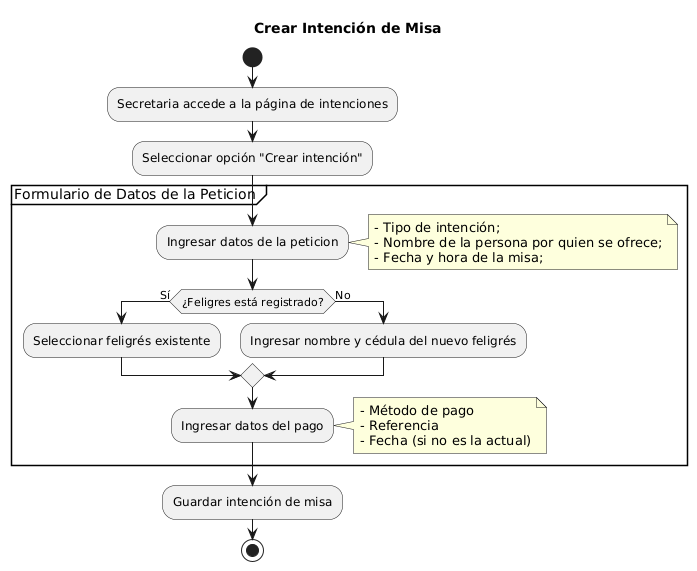
The PlantUML diagram Documentacion/proceso crear peticion.png in EGA-SUPREMO/Sistema-de-Gestion-Parroquial, before a commit. Its diagram source:
```plantuml
@startuml
title Crear Intención de Misa

start

:Secretaria accede a la página de intenciones;

:Seleccionar opción "Crear intención";

partition "Formulario de Datos de la Peticion " {
:Ingresar datos de la peticion;
note right
- Tipo de intención;
- Nombre de la persona por quien se ofrece;
- Fecha y hora de la misa;
end note

if (¿Feligres está registrado?) then (Sí)
    :Seleccionar feligrés existente;
else (No)
    :Ingresar nombre y cédula del nuevo feligrés;
endif

:Ingresar datos del pago;
note right
- Método de pago
- Referencia
- Fecha (si no es la actual)
end note
}
:Guardar intención de misa;

stop
@enduml
```
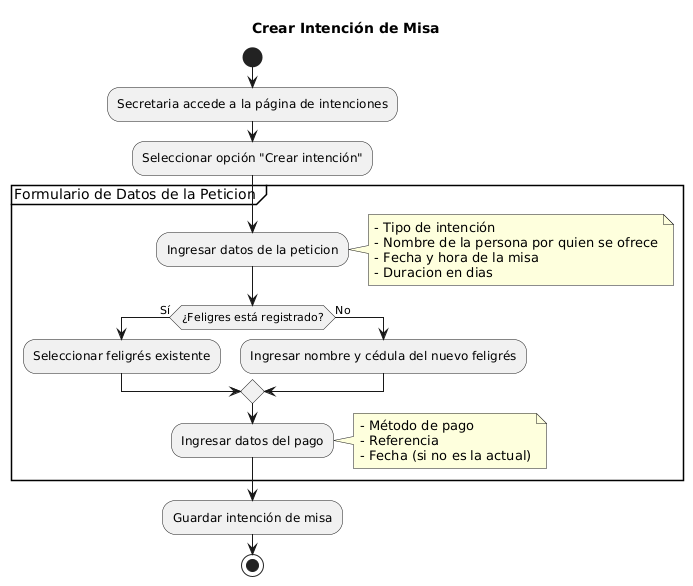
The same file after the commit.

Commit message:
actualizar proceso de crear peticion

The edit, as a diff of the source:
```diff
@@ -8,25 +8,26 @@
 :Seleccionar opción "Crear intención";
 
 partition "Formulario de Datos de la Peticion " {
-:Ingresar datos de la peticion;
-note right
-- Tipo de intención;
-- Nombre de la persona por quien se ofrece;
-- Fecha y hora de la misa;
-end note
+    :Ingresar datos de la peticion;
+    note right
+    - Tipo de intención
+    - Nombre de la persona por quien se ofrece
+    - Fecha y hora de la misa
+    - Duracion en dias
+    end note
 
-if (¿Feligres está registrado?) then (Sí)
-    :Seleccionar feligrés existente;
-else (No)
-    :Ingresar nombre y cédula del nuevo feligrés;
-endif
+    if (¿Feligres está registrado?) then (Sí)
+        :Seleccionar feligrés existente;
+    else (No)
+        :Ingresar nombre y cédula del nuevo feligrés;
+    endif
 
-:Ingresar datos del pago;
-note right
-- Método de pago
-- Referencia
-- Fecha (si no es la actual)
-end note
+    :Ingresar datos del pago;
+    note right
+    - Método de pago
+    - Referencia
+    - Fecha (si no es la actual)
+    end note
 }
 :Guardar intención de misa;
 
```
